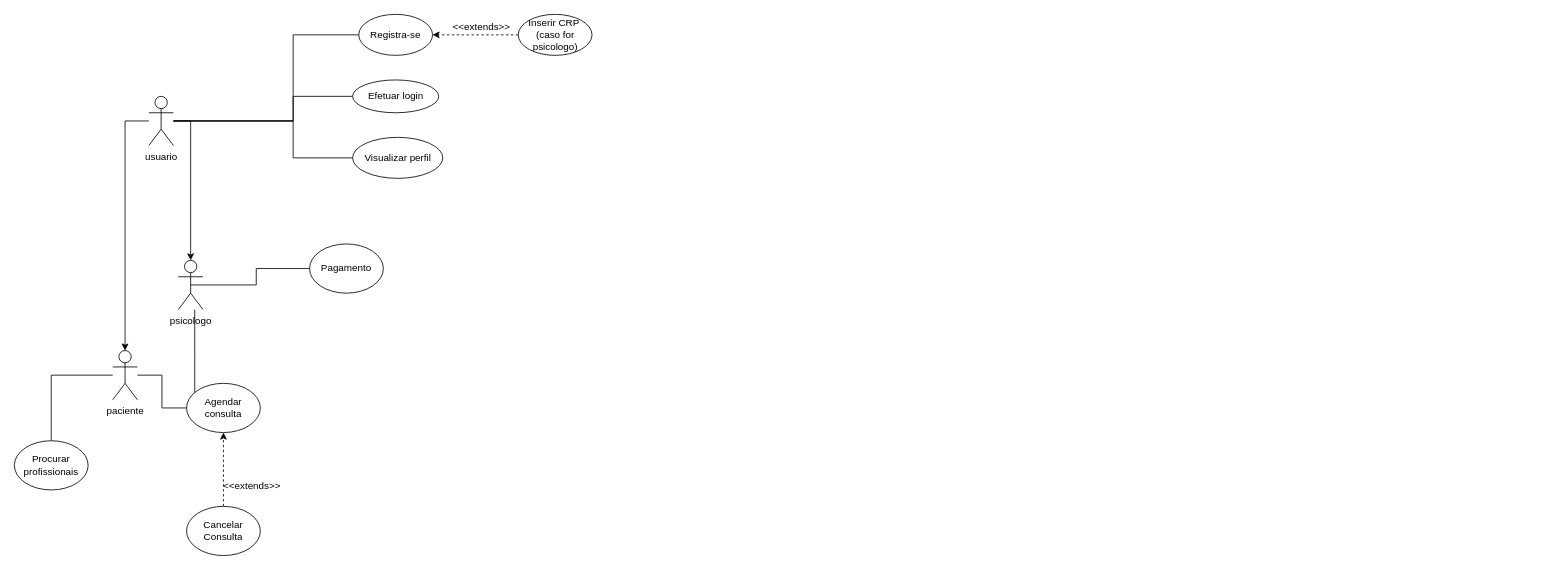
The draw.io diagram diagramadecasodeuso.drawio in Patadaoikkk/uml, before the edit. Source tidied: cells renumbered, new cells numbered last; positions are measured from the earlier drawing's top-left corner, leaving out a move shared by most shapes. Both pictures are drawn from the tidied source at 82%, with x=0, y=0 at pixel (14, 14).
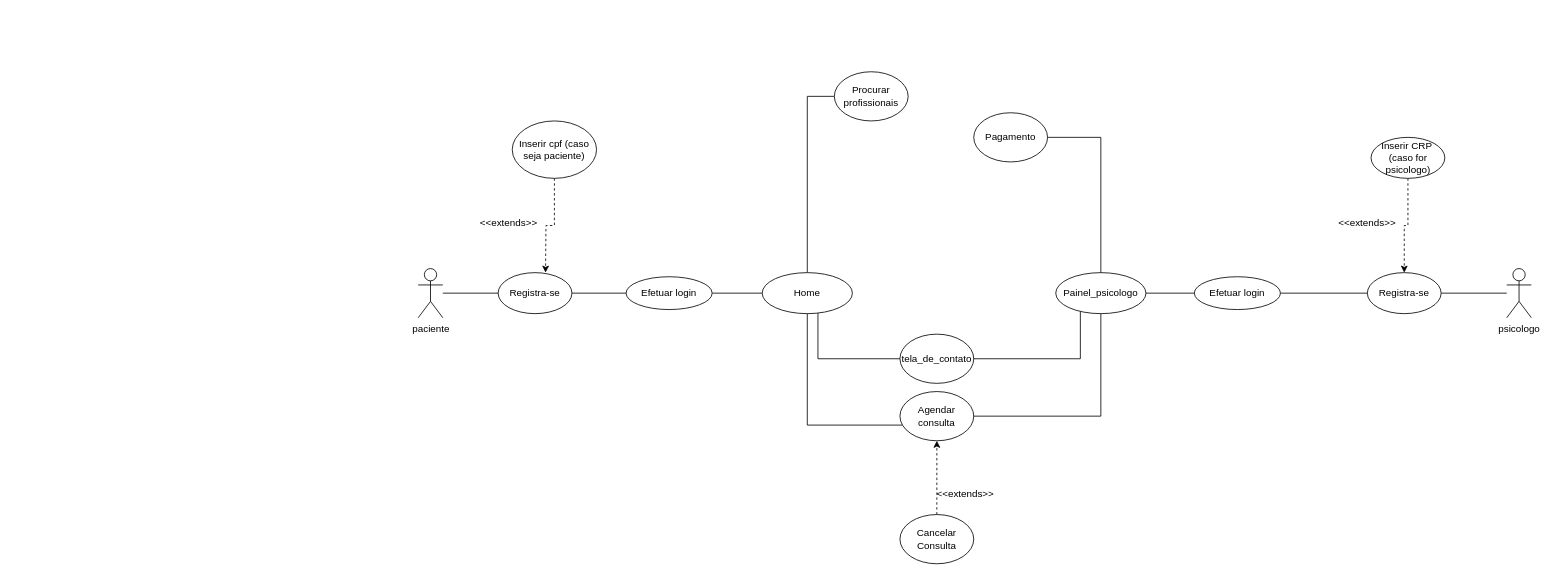
Above is the later version.

Commit message:
forma certa de um diagrama de caso de uso

What changed in the source:
```diff
@@
-    <mxCell id="2" style="edgeStyle=orthogonalEdgeStyle;rounded=0;jettySize=auto;html=1;" parent="1" edge="1" source="7" target="9">
-      <mxGeometry relative="1" as="geometry" />
-    </mxCell>
-    <mxCell id="3" style="edgeStyle=orthogonalEdgeStyle;rounded=0;jettySize=auto;html=1;" parent="1" edge="1" source="7" target="11">
-      <mxGeometry relative="1" as="geometry" />
-    </mxCell>
-    <mxCell id="4" style="edgeStyle=orthogonalEdgeStyle;rounded=0;jettySize=auto;html=1;entryX=0;entryY=0.5;entryDx=0;entryDy=0;endArrow=none;endFill=0;" parent="1" edge="1" source="7" target="12">
-      <mxGeometry relative="1" as="geometry">
-        <Array as="points">
-          <mxPoint x="340" y="130" />
-          <mxPoint x="340" y="25" />
-        </Array>
-      </mxGeometry>
-    </mxCell>
-    <mxCell id="5" style="edgeStyle=orthogonalEdgeStyle;rounded=0;jettySize=auto;html=1;entryX=0;entryY=0.5;entryDx=0;entryDy=0;endArrow=none;endFill=0;" parent="1" edge="1" source="7" target="13">
-      <mxGeometry relative="1" as="geometry">
-        <Array as="points">
-          <mxPoint x="340" y="130" />
-          <mxPoint x="340" y="100" />
-        </Array>
-      </mxGeometry>
-    </mxCell>
-    <mxCell id="6" style="edgeStyle=orthogonalEdgeStyle;rounded=0;jettySize=auto;html=1;entryX=0;entryY=0.5;entryDx=0;entryDy=0;endArrow=none;endFill=0;" parent="1" edge="1" source="7" target="14">
-      <mxGeometry relative="1" as="geometry">
-        <Array as="points">
-          <mxPoint x="340" y="130" />
-          <mxPoint x="340" y="175" />
-        </Array>
-      </mxGeometry>
-    </mxCell>
-    <mxCell id="7" value="usuario" style="shape=umlActor;verticalLabelPosition=bottom;verticalAlign=top;html=1;outlineConnect=0;" parent="1" vertex="1">
-      <mxGeometry x="164" y="100" width="30" height="60" as="geometry" />
-    </mxCell>
-    <mxCell id="8" style="edgeStyle=orthogonalEdgeStyle;rounded=0;jettySize=auto;html=1;endArrow=none;endFill=0;" parent="1" edge="1" source="9" target="19">
-      <mxGeometry relative="1" as="geometry">
-        <Array as="points">
-          <mxPoint x="220" y="420" />
-          <mxPoint x="220" y="420" />
-        </Array>
-      </mxGeometry>
-    </mxCell>
-    <mxCell id="9" value="psicologo&lt;div&gt;&lt;br&gt;&lt;/div&gt;" style="shape=umlActor;verticalLabelPosition=bottom;verticalAlign=top;html=1;outlineConnect=0;" parent="1" vertex="1">
-      <mxGeometry x="200" y="300" width="30" height="60" as="geometry" />
-    </mxCell>
-    <mxCell id="10" style="edgeStyle=orthogonalEdgeStyle;rounded=0;jettySize=auto;html=1;endArrow=none;endFill=0;" parent="1" edge="1" source="11" target="17">
-      <mxGeometry relative="1" as="geometry" />
-    </mxCell>
-    <mxCell id="11" value="paciente" style="shape=umlActor;verticalLabelPosition=bottom;verticalAlign=top;html=1;outlineConnect=0;" parent="1" vertex="1">
-      <mxGeometry x="120" y="410" width="30" height="60" as="geometry" />
-    </mxCell>
-    <mxCell id="12" value="Registra-se" style="ellipse;whiteSpace=wrap;html=1;" parent="1" vertex="1">
-      <mxGeometry x="420" width="90" height="50" as="geometry" />
-    </mxCell>
-    <mxCell id="13" value="Efetuar login" style="ellipse;whiteSpace=wrap;html=1;" parent="1" vertex="1">
-      <mxGeometry x="412.5" y="80" width="105" height="40" as="geometry" />
-    </mxCell>
-    <mxCell id="14" value="Visualizar perfil" style="ellipse;whiteSpace=wrap;html=1;" parent="1" vertex="1">
-      <mxGeometry x="412.5" y="150" width="110" height="50" as="geometry" />
-    </mxCell>
-    <mxCell id="15" style="edgeStyle=orthogonalEdgeStyle;rounded=0;jettySize=auto;html=1;dashed=1;" parent="1" edge="1" source="16" target="12">
+    <mxCell id="15" style="edgeStyle=orthogonalEdgeStyle;rounded=0;jettySize=auto;html=1;dashed=1;" parent="1" edge="1" source="16" target="37">
       <mxGeometry relative="1" as="geometry" />
     </mxCell>
     <mxCell id="16" value="Inserir CRP&amp;nbsp; (caso for psicologo)" style="ellipse;whiteSpace=wrap;html=1;" parent="1" vertex="1">
-      <mxGeometry x="614.5" width="90" height="50" as="geometry" />
+      <mxGeometry x="1654.5" y="150" width="90" height="50" as="geometry" />
     </mxCell>
-    <mxCell id="17" value="Procurar profissionais" style="ellipse;whiteSpace=wrap;html=1;" parent="1" vertex="1">
-      <mxGeometry y="520" width="90" height="60" as="geometry" />
-    </mxCell>
-    <mxCell id="18" style="edgeStyle=orthogonalEdgeStyle;rounded=0;jettySize=auto;html=1;endArrow=none;endFill=0;" parent="1" edge="1" source="19" target="11">
-      <mxGeometry relative="1" as="geometry" />
-    </mxCell>
-    <mxCell id="19" value="Agendar consulta" style="ellipse;whiteSpace=wrap;html=1;" parent="1" vertex="1">
-      <mxGeometry x="210" y="450" width="90" height="60" as="geometry" />
-    </mxCell>
-    <mxCell id="20" style="edgeStyle=orthogonalEdgeStyle;rounded=0;jettySize=auto;html=1;entryX=0.5;entryY=1;entryDx=0;entryDy=0;dashed=1;" parent="1" edge="1" source="21" target="19">
-      <mxGeometry relative="1" as="geometry" />
+    <mxCell id="20" style="edgeStyle=orthogonalEdgeStyle;rounded=0;jettySize=auto;html=1;entryX=0.5;entryY=1;entryDx=0;entryDy=0;dashed=1;" parent="1" edge="1" source="21">
+      <mxGeometry relative="1" as="geometry">
+        <mxPoint x="1125" y="520" as="targetPoint" />
+      </mxGeometry>
     </mxCell>
     <mxCell id="21" value="Cancelar Consulta" style="ellipse;whiteSpace=wrap;html=1;" parent="1" vertex="1">
-      <mxGeometry x="210" y="600" width="90" height="60" as="geometry" />
+      <mxGeometry x="1080" y="610" width="90" height="60" as="geometry" />
     </mxCell>
-    <mxCell id="22" value="Pagamento" style="ellipse;whiteSpace=wrap;html=1;" parent="1" vertex="1">
-      <mxGeometry x="360" y="280" width="90" height="60" as="geometry" />
-    </mxCell>
-    <mxCell id="23" style="edgeStyle=orthogonalEdgeStyle;rounded=0;jettySize=auto;html=1;entryX=0.5;entryY=0.5;entryDx=0;entryDy=0;entryPerimeter=0;endArrow=none;endFill=0;" parent="1" edge="1" source="22" target="9">
-      <mxGeometry relative="1" as="geometry" />
-    </mxCell>
     <mxCell id="24" value="&amp;lt;&amp;lt;extends&amp;gt;&amp;gt;" style="text;html=1;align=center;verticalAlign=middle;whiteSpace=wrap;rounded=0;" parent="1" vertex="1">
-      <mxGeometry x="260" y="560" width="60" height="30" as="geometry" />
+      <mxGeometry x="1130" y="570" width="60" height="30" as="geometry" />
     </mxCell>
     <mxCell id="25" value="&amp;lt;&amp;lt;extends&amp;gt;&amp;gt;" style="text;html=1;align=center;verticalAlign=middle;whiteSpace=wrap;rounded=0;" parent="1" vertex="1">
-      <mxGeometry x="540" width="60" height="30" as="geometry" />
+      <mxGeometry x="1620" y="240" width="60" height="30" as="geometry" />
     </mxCell>
+    <mxCell id="26" style="edgeStyle=orthogonalEdgeStyle;rounded=0;jettySize=auto;html=1;entryX=0;entryY=0.5;entryDx=0;entryDy=0;endArrow=none;endFill=0;" parent="1" edge="1" source="11" target="29">
+      <mxGeometry relative="1" as="geometry" />
+    </mxCell>
+    <mxCell id="11" value="paciente" style="shape=umlActor;verticalLabelPosition=bottom;verticalAlign=top;html=1;outlineConnect=0;" parent="1" vertex="1">
+      <mxGeometry x="492.5" y="310" width="30" height="60" as="geometry" />
+    </mxCell>
+    <mxCell id="27" style="edgeStyle=orthogonalEdgeStyle;rounded=0;jettySize=auto;html=1;entryX=1;entryY=0.5;entryDx=0;entryDy=0;endArrow=none;endFill=0;" parent="1" edge="1" source="9" target="37">
+      <mxGeometry relative="1" as="geometry" />
+    </mxCell>
+    <mxCell id="9" value="psicologo&lt;div&gt;&lt;br&gt;&lt;/div&gt;" style="shape=umlActor;verticalLabelPosition=bottom;verticalAlign=top;html=1;outlineConnect=0;" parent="1" vertex="1">
+      <mxGeometry x="1820" y="310" width="30" height="60" as="geometry" />
+    </mxCell>
+    <mxCell id="28" style="edgeStyle=orthogonalEdgeStyle;rounded=0;jettySize=auto;html=1;entryX=0;entryY=0.5;entryDx=0;entryDy=0;endArrow=none;endFill=0;" parent="1" edge="1" source="29" target="31">
+      <mxGeometry relative="1" as="geometry" />
+    </mxCell>
+    <mxCell id="29" value="Registra-se" style="ellipse;whiteSpace=wrap;html=1;" parent="1" vertex="1">
+      <mxGeometry x="590" y="315" width="90" height="50" as="geometry" />
+    </mxCell>
+    <mxCell id="30" style="edgeStyle=orthogonalEdgeStyle;rounded=0;jettySize=auto;html=1;endArrow=none;endFill=0;" parent="1" edge="1" source="31" target="34">
+      <mxGeometry relative="1" as="geometry" />
+    </mxCell>
+    <mxCell id="31" value="Efetuar login" style="ellipse;whiteSpace=wrap;html=1;" parent="1" vertex="1">
+      <mxGeometry x="746" y="320" width="105" height="40" as="geometry" />
+    </mxCell>
+    <mxCell id="32" style="edgeStyle=orthogonalEdgeStyle;rounded=0;jettySize=auto;html=1;entryX=0;entryY=0.5;entryDx=0;entryDy=0;endArrow=none;endFill=0;" parent="1" edge="1" source="34" target="35">
+      <mxGeometry relative="1" as="geometry">
+        <Array as="points">
+          <mxPoint x="980" y="420" />
+        </Array>
+      </mxGeometry>
+    </mxCell>
+    <mxCell id="33" style="edgeStyle=orthogonalEdgeStyle;rounded=0;jettySize=auto;html=1;entryX=0;entryY=0.5;entryDx=0;entryDy=0;endArrow=none;endFill=0;" parent="1" edge="1" source="34" target="17">
+      <mxGeometry relative="1" as="geometry" />
+    </mxCell>
+    <mxCell id="34" value="Home" style="ellipse;whiteSpace=wrap;html=1;" parent="1" vertex="1">
+      <mxGeometry x="912" y="315" width="110" height="50" as="geometry" />
+    </mxCell>
+    <mxCell id="17" value="Procurar profissionais" style="ellipse;whiteSpace=wrap;html=1;" parent="1" vertex="1">
+      <mxGeometry x="1000" y="70" width="90" height="60" as="geometry" />
+    </mxCell>
+    <mxCell id="19" value="Agendar consulta" style="ellipse;whiteSpace=wrap;html=1;" parent="1" vertex="1">
+      <mxGeometry x="1080" y="460" width="90" height="60" as="geometry" />
+    </mxCell>
+    <mxCell id="22" value="Pagamento" style="ellipse;whiteSpace=wrap;html=1;" parent="1" vertex="1">
+      <mxGeometry x="1170" y="120" width="90" height="60" as="geometry" />
+    </mxCell>
+    <mxCell id="35" value="tela_de_contato" style="ellipse;whiteSpace=wrap;html=1;" parent="1" vertex="1">
+      <mxGeometry x="1080" y="390" width="90" height="60" as="geometry" />
+    </mxCell>
+    <mxCell id="36" style="edgeStyle=orthogonalEdgeStyle;rounded=0;jettySize=auto;html=1;entryX=1;entryY=0.5;entryDx=0;entryDy=0;endArrow=none;endFill=0;" parent="1" edge="1" source="37" target="39">
+      <mxGeometry relative="1" as="geometry" />
+    </mxCell>
+    <mxCell id="37" value="Registra-se" style="ellipse;whiteSpace=wrap;html=1;" parent="1" vertex="1">
+      <mxGeometry x="1650" y="315" width="90" height="50" as="geometry" />
+    </mxCell>
+    <mxCell id="38" style="edgeStyle=orthogonalEdgeStyle;rounded=0;jettySize=auto;html=1;entryX=1;entryY=0.5;entryDx=0;entryDy=0;endArrow=none;endFill=0;" parent="1" edge="1" source="39" target="43">
+      <mxGeometry relative="1" as="geometry" />
+    </mxCell>
+    <mxCell id="39" value="Efetuar login" style="ellipse;whiteSpace=wrap;html=1;" parent="1" vertex="1">
+      <mxGeometry x="1439" y="320" width="105" height="40" as="geometry" />
+    </mxCell>
+    <mxCell id="40" style="edgeStyle=orthogonalEdgeStyle;rounded=0;jettySize=auto;html=1;entryX=1;entryY=0.5;entryDx=0;entryDy=0;endArrow=none;endFill=0;" parent="1" edge="1" source="43" target="35">
+      <mxGeometry relative="1" as="geometry">
+        <Array as="points">
+          <mxPoint x="1300" y="420" />
+        </Array>
+      </mxGeometry>
+    </mxCell>
+    <mxCell id="41" style="edgeStyle=orthogonalEdgeStyle;rounded=0;jettySize=auto;html=1;entryX=1;entryY=0.5;entryDx=0;entryDy=0;endArrow=none;endFill=0;" parent="1" edge="1" source="43" target="19">
+      <mxGeometry relative="1" as="geometry">
+        <Array as="points">
+          <mxPoint x="1325" y="490" />
+        </Array>
+      </mxGeometry>
+    </mxCell>
+    <mxCell id="42" style="edgeStyle=orthogonalEdgeStyle;rounded=0;jettySize=auto;html=1;entryX=1;entryY=0.5;entryDx=0;entryDy=0;endArrow=none;endFill=0;" parent="1" edge="1" source="43" target="22">
+      <mxGeometry relative="1" as="geometry">
+        <Array as="points">
+          <mxPoint x="1325" y="150" />
+        </Array>
+      </mxGeometry>
+    </mxCell>
+    <mxCell id="43" value="Painel_psicologo" style="ellipse;whiteSpace=wrap;html=1;" parent="1" vertex="1">
+      <mxGeometry x="1270" y="315" width="110" height="50" as="geometry" />
+    </mxCell>
+    <mxCell id="44" style="edgeStyle=orthogonalEdgeStyle;rounded=0;jettySize=auto;html=1;dashed=1;" parent="1" edge="1" source="45">
+      <mxGeometry relative="1" as="geometry">
+        <mxPoint x="647.8" y="315" as="targetPoint" />
+      </mxGeometry>
+    </mxCell>
+    <mxCell id="45" value="Inserir cpf (caso seja paciente)" style="ellipse;whiteSpace=wrap;html=1;" parent="1" vertex="1">
+      <mxGeometry x="607.2" y="130" width="102.8" height="70" as="geometry" />
+    </mxCell>
+    <mxCell id="46" value="&amp;lt;&amp;lt;extends&amp;gt;&amp;gt;" style="text;html=1;align=center;verticalAlign=middle;whiteSpace=wrap;rounded=0;" parent="1" vertex="1">
+      <mxGeometry x="572.8" y="240" width="60" height="30" as="geometry" />
+    </mxCell>
+    <mxCell id="47" style="edgeStyle=orthogonalEdgeStyle;rounded=0;jettySize=auto;html=1;entryX=0.032;entryY=0.682;entryDx=0;entryDy=0;entryPerimeter=0;endArrow=none;endFill=0;" parent="1" edge="1" source="34" target="19">
+      <mxGeometry relative="1" as="geometry">
+        <Array as="points">
+          <mxPoint x="967" y="501" />
+        </Array>
+      </mxGeometry>
+    </mxCell>
```
